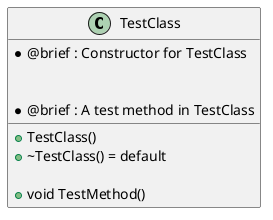
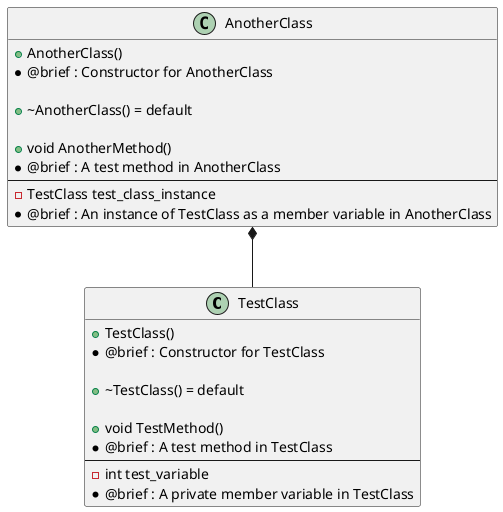
﻿@startuml

class TestClass
{
    + TestClass()
     * @brief : Constructor for TestClass

    + ~TestClass() = default

    + void TestMethod()
     * @brief : A test method in TestClass
+     ---
+     - int test_variable
+      * @brief : A private member variable in TestClass
}

+ class AnotherClass
+ {
+     + AnotherClass()
+      * @brief : Constructor for AnotherClass
+ 
+     + ~AnotherClass() = default
+ 
+     + void AnotherMethod()
+      * @brief : A test method in AnotherClass
+     ---
+     - TestClass test_class_instance
+      * @brief : An instance of TestClass as a member variable in AnotherClass
+ }
+ AnotherClass *-- TestClass
+ 
@enduml